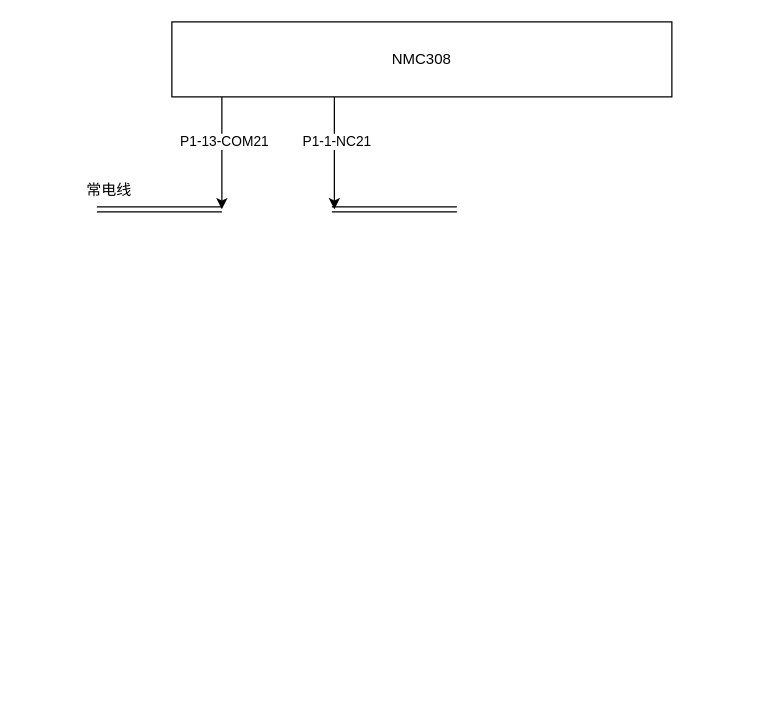
Above: 道依茨2104.drawio in Hanye1108/drawio (draw.io), before the change. Source tidied: cells renumbered, new cells numbered last; positions are measured from the earlier drawing's top-left corner, leaving out a move shared by most shapes. Both pictures are drawn from the tidied source at 125%, with x=0, y=0 at pixel (71, 21).
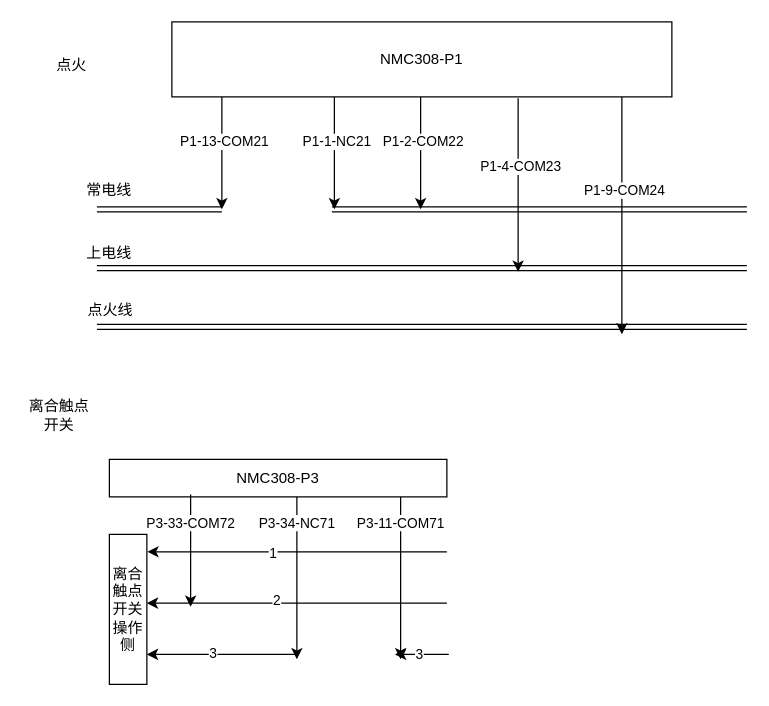
After the change.

Commit message (it also covers changes not shown here):
更新道依茨2104.drawio

Diff of the diagram source:
```diff
@@
-    <mxCell id="4" value="NMC308" style="rounded=0;whiteSpace=wrap;html=1;" parent="1" vertex="1">
+    <mxCell id="4" value="NMC308-P1" style="rounded=0;whiteSpace=wrap;html=1;" parent="1" vertex="1">
       <mxGeometry x="80" width="400" height="60" as="geometry" />
     </mxCell>
@@
     <mxCell id="7" style="shape=link;html=1;rounded=0;" parent="1" edge="1">
       <mxGeometry relative="1" as="geometry">
         <mxPoint x="208" y="150" as="sourcePoint" />
-        <mxPoint x="308" y="150" as="targetPoint" />
+        <mxPoint x="540" y="150" as="targetPoint" />
       </mxGeometry>
     </mxCell>
@@
+    <mxCell id="10" style="endArrow=classic;html=1;rounded=0;exitX=0.1;exitY=1;exitDx=0;exitDy=0;exitPerimeter=0;" parent="1" edge="1">
+      <mxGeometry relative="1" as="geometry">
+        <mxPoint x="279" y="60" as="sourcePoint" />
+        <mxPoint x="279" y="150" as="targetPoint" />
+      </mxGeometry>
+    </mxCell>
+    <mxCell id="11" value="P1-2-COM22" style="edgeLabel;html=1;align=center;verticalAlign=middle;" parent="10" vertex="1">
+      <mxGeometry x="-0.22" y="1" relative="1" as="geometry" />
+    </mxCell>
+    <mxCell id="12" style="endArrow=classic;html=1;rounded=0;exitX=0.1;exitY=1;exitDx=0;exitDy=0;exitPerimeter=0;" parent="1" edge="1">
+      <mxGeometry relative="1" as="geometry">
+        <mxPoint x="357" y="61" as="sourcePoint" />
+        <mxPoint x="357" y="200" as="targetPoint" />
+      </mxGeometry>
+    </mxCell>
+    <mxCell id="13" value="P1-4-COM23" style="edgeLabel;html=1;align=center;verticalAlign=middle;" parent="12" vertex="1">
+      <mxGeometry x="-0.22" y="1" relative="1" as="geometry" />
+    </mxCell>
+    <mxCell id="14" style="endArrow=classic;html=1;rounded=0;exitX=0.1;exitY=1;exitDx=0;exitDy=0;exitPerimeter=0;" parent="1" edge="1">
+      <mxGeometry relative="1" as="geometry">
+        <mxPoint x="440" y="60" as="sourcePoint" />
+        <mxPoint x="440" y="250" as="targetPoint" />
+      </mxGeometry>
+    </mxCell>
+    <mxCell id="15" value="P1-9-COM24" style="edgeLabel;html=1;align=center;verticalAlign=middle;" parent="14" vertex="1">
+      <mxGeometry x="-0.22" y="1" relative="1" as="geometry" />
+    </mxCell>
+    <mxCell id="16" style="shape=link;html=1;rounded=0;" parent="1" edge="1">
+      <mxGeometry relative="1" as="geometry">
+        <mxPoint x="20" y="197" as="sourcePoint" />
+        <mxPoint x="540" y="197" as="targetPoint" />
+      </mxGeometry>
+    </mxCell>
+    <mxCell id="17" style="shape=link;html=1;rounded=0;" parent="1" edge="1">
+      <mxGeometry relative="1" as="geometry">
+        <mxPoint x="20" y="244" as="sourcePoint" />
+        <mxPoint x="540" y="244" as="targetPoint" />
+      </mxGeometry>
+    </mxCell>
+    <mxCell id="18" value="上电线" style="text;html=1;align=center;verticalAlign=middle;whiteSpace=wrap;rounded=0;" parent="1" vertex="1">
+      <mxGeometry y="170" width="60" height="30" as="geometry" />
+    </mxCell>
+    <mxCell id="19" value="点火线" style="text;html=1;align=center;verticalAlign=middle;whiteSpace=wrap;rounded=0;" parent="1" vertex="1">
+      <mxGeometry x="1" y="216" width="60" height="30" as="geometry" />
+    </mxCell>
+    <mxCell id="20" value="点火" style="text;html=1;align=center;verticalAlign=middle;whiteSpace=wrap;rounded=0;" parent="1" vertex="1">
+      <mxGeometry x="-30" y="20" width="60" height="30" as="geometry" />
+    </mxCell>
+    <mxCell id="21" value="离合触点开关操作侧" style="rounded=0;whiteSpace=wrap;html=1;" parent="1" vertex="1">
+      <mxGeometry x="30" y="410" width="30" height="120" as="geometry" />
+    </mxCell>
+    <mxCell id="22" style="endArrow=classic;html=1;rounded=0;entryX=1.114;entryY=0.217;entryDx=0;entryDy=0;entryPerimeter=0;" parent="1" edge="1">
+      <mxGeometry relative="1" as="geometry">
+        <mxPoint x="300" y="424" as="sourcePoint" />
+        <mxPoint x="60.4" y="423.9" as="targetPoint" />
+        <Array as="points">
+          <mxPoint x="106" y="424" />
+        </Array>
+      </mxGeometry>
+    </mxCell>
+    <mxCell id="23" value="1" style="edgeLabel;html=1;align=center;verticalAlign=middle;" parent="22" vertex="1">
+      <mxGeometry x="0.2" relative="1" as="geometry">
+        <mxPoint x="4" as="offset" />
+      </mxGeometry>
+    </mxCell>
+    <mxCell id="24" style="endArrow=classic;html=1;rounded=0;entryX=1.114;entryY=0.217;entryDx=0;entryDy=0;entryPerimeter=0;" parent="1" edge="1">
+      <mxGeometry relative="1" as="geometry">
+        <mxPoint x="300" y="465" as="sourcePoint" />
+        <mxPoint x="60" y="465" as="targetPoint" />
+      </mxGeometry>
+    </mxCell>
+    <mxCell id="25" value="2" style="edgeLabel;html=1;align=center;verticalAlign=middle;" parent="24" vertex="1">
+      <mxGeometry x="0.14" y="-3" relative="1" as="geometry" />
+    </mxCell>
+    <mxCell id="26" style="endArrow=classic;html=1;rounded=0;entryX=1.114;entryY=0.217;entryDx=0;entryDy=0;entryPerimeter=0;" parent="1" edge="1">
+      <mxGeometry relative="1" as="geometry">
+        <mxPoint x="180" y="506" as="sourcePoint" />
+        <mxPoint x="60" y="506" as="targetPoint" />
+      </mxGeometry>
+    </mxCell>
+    <mxCell id="27" value="3" style="edgeLabel;html=1;align=center;verticalAlign=middle;" parent="26" vertex="1">
+      <mxGeometry x="0.11" y="-2" relative="1" as="geometry">
+        <mxPoint x="-1" as="offset" />
+      </mxGeometry>
+    </mxCell>
+    <mxCell id="28" value="NMC308-P3" style="rounded=0;whiteSpace=wrap;html=1;" parent="1" vertex="1">
+      <mxGeometry x="30" y="350" width="270" height="30" as="geometry" />
+    </mxCell>
+    <mxCell id="29" style="endArrow=classic;html=1;rounded=0;exitX=0.25;exitY=1;exitDx=0;exitDy=0;" parent="1" edge="1">
+      <mxGeometry relative="1" as="geometry">
+        <mxPoint x="95" y="378" as="sourcePoint" />
+        <mxPoint x="95" y="468" as="targetPoint" />
+      </mxGeometry>
+    </mxCell>
+    <mxCell id="30" value="P3-33-COM72" style="edgeLabel;html=1;align=center;verticalAlign=middle;" parent="29" vertex="1">
+      <mxGeometry x="-0.52" y="-1" relative="1" as="geometry" />
+    </mxCell>
+    <mxCell id="31" style="endArrow=classic;html=1;rounded=0;exitX=0.25;exitY=1;exitDx=0;exitDy=0;" parent="1" edge="1">
+      <mxGeometry relative="1" as="geometry">
+        <mxPoint x="180" y="380" as="sourcePoint" />
+        <mxPoint x="180" y="510" as="targetPoint" />
+      </mxGeometry>
+    </mxCell>
+    <mxCell id="32" value="P3-34-NC71" style="edgeLabel;html=1;align=center;verticalAlign=middle;" parent="31" vertex="1">
+      <mxGeometry x="-0.52" y="-1" relative="1" as="geometry">
+        <mxPoint y="-11" as="offset" />
+      </mxGeometry>
+    </mxCell>
+    <mxCell id="33" style="endArrow=classic;html=1;rounded=0;entryX=1.114;entryY=0.217;entryDx=0;entryDy=0;entryPerimeter=0;" parent="1" edge="1">
+      <mxGeometry relative="1" as="geometry">
+        <mxPoint x="301.5" y="506" as="sourcePoint" />
+        <mxPoint x="258.5" y="506" as="targetPoint" />
+      </mxGeometry>
+    </mxCell>
+    <mxCell id="34" value="3" style="edgeLabel;html=1;align=center;verticalAlign=middle;" parent="33" vertex="1">
+      <mxGeometry x="0.11" y="-1" relative="1" as="geometry" />
+    </mxCell>
+    <mxCell id="35" style="endArrow=classic;html=1;rounded=0;exitX=0.25;exitY=1;exitDx=0;exitDy=0;" parent="1" edge="1">
+      <mxGeometry relative="1" as="geometry">
+        <mxPoint x="263" y="380" as="sourcePoint" />
+        <mxPoint x="263" y="510" as="targetPoint" />
+      </mxGeometry>
+    </mxCell>
+    <mxCell id="36" value="P3-11-COM71" style="edgeLabel;html=1;align=center;verticalAlign=middle;" parent="35" vertex="1">
+      <mxGeometry x="-0.52" y="-1" relative="1" as="geometry">
+        <mxPoint y="-11" as="offset" />
+      </mxGeometry>
+    </mxCell>
+    <mxCell id="37" value="离合触点开关" style="text;html=1;align=center;verticalAlign=middle;whiteSpace=wrap;rounded=0;" parent="1" vertex="1">
+      <mxGeometry x="-40" y="300" width="60" height="30" as="geometry" />
+    </mxCell>
```
